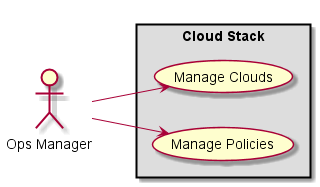
Before: docs/Solution/Cloud-Stack/UseCases.png, a diagram exported from PlantUML (CAADE/fleet).
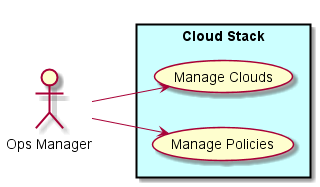
Later version of the same file.

Commit message:
Document Application Stack

What changed in the source:
```diff
@@ -4,7 +4,7 @@
 
 actor :Ops Manager: as Ops
 
-rectangle "Cloud Stack" #dddddd {
+rectangle "Cloud Stack" #ccffff {
     UseCase UC1 as "Manage Clouds"
     UseCase UC2  as "Manage Policies"
 }
```
